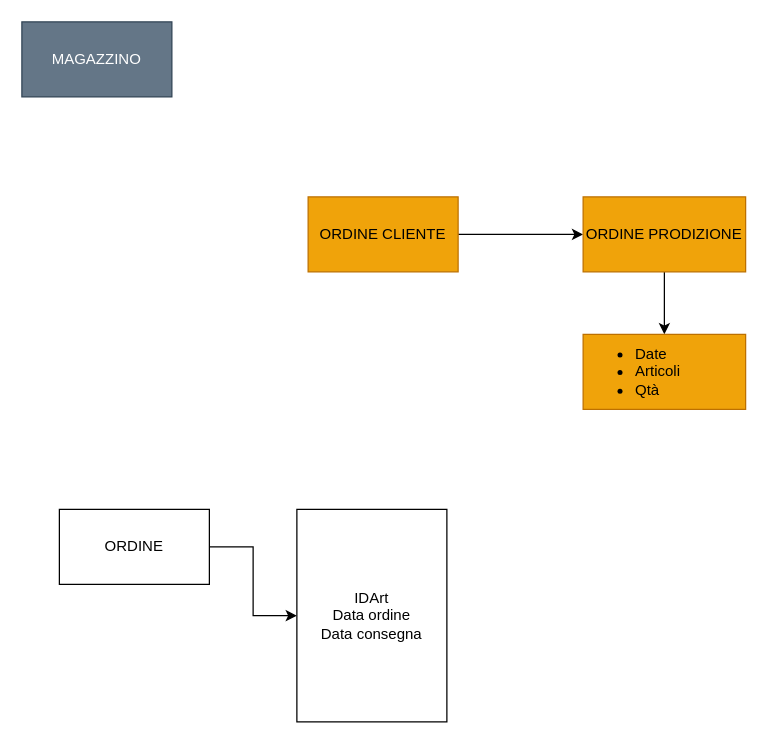
Earlier version of the draw.io diagram Diagramma senza titolo.drawio (VicDc/VIC_). Source tidied: cells renumbered, new cells numbered last; positions are measured from the earlier drawing's top-left corner, leaving out a move shared by most shapes. Both pictures are drawn from the tidied source at 125%, with x=0, y=0 at pixel (21, 21).
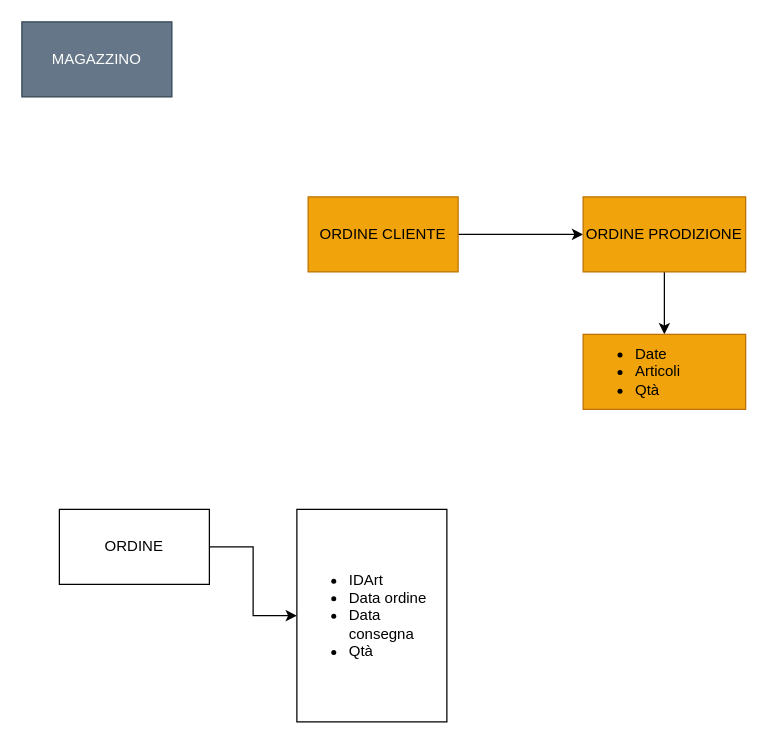
The same page after the edit.

Change to the diagram source:
```diff
@@
 <mxGraphModel>
   <root>
     <mxCell id="0" />
     <mxCell id="1" parent="0" />
     <mxCell id="2" style="edgeStyle=orthogonalEdgeStyle;rounded=0;jettySize=auto;html=1;" parent="1" edge="1" source="3" target="5">
       <mxGeometry relative="1" as="geometry" />
     </mxCell>
     <mxCell id="3" value="ORDINE CLIENTE" style="rounded=0;whiteSpace=wrap;html=1;fillColor=#f0a30a;fontColor=#000000;strokeColor=#BD7000;" parent="1" vertex="1">
       <mxGeometry x="229" y="140" width="120" height="60" as="geometry" />
     </mxCell>
     <mxCell id="4" style="edgeStyle=orthogonalEdgeStyle;rounded=0;jettySize=auto;html=1;" parent="1" edge="1" source="5" target="7">
       <mxGeometry relative="1" as="geometry" />
     </mxCell>
     <mxCell id="5" value="ORDINE PRODIZIONE" style="rounded=0;whiteSpace=wrap;html=1;fillColor=#f0a30a;fontColor=#000000;strokeColor=#BD7000;" parent="1" vertex="1">
       <mxGeometry x="449" y="140" width="130" height="60" as="geometry" />
     </mxCell>
     <mxCell id="6" value="MAGAZZINO" style="whiteSpace=wrap;html=1;fillColor=#647687;fontColor=#ffffff;strokeColor=#314354;" parent="1" vertex="1">
       <mxGeometry width="120" height="60" as="geometry" />
     </mxCell>
     <mxCell id="7" value="&lt;ul&gt;&lt;li&gt;Date&lt;/li&gt;&lt;li&gt;Articoli&lt;/li&gt;&lt;li&gt;Qtà&lt;/li&gt;&lt;/ul&gt;" style="rounded=0;whiteSpace=wrap;html=1;fillColor=#f0a30a;fontColor=#000000;strokeColor=#BD7000;align=left;" parent="1" vertex="1">
       <mxGeometry x="449" y="250" width="130" height="60" as="geometry" />
     </mxCell>
     <mxCell id="8" style="edgeStyle=orthogonalEdgeStyle;rounded=0;jettySize=auto;html=1;" parent="1" edge="1" source="9" target="10">
       <mxGeometry relative="1" as="geometry" />
     </mxCell>
     <mxCell id="9" value="ORDINE" style="whiteSpace=wrap;html=1;" parent="1" vertex="1">
       <mxGeometry x="30" y="390" width="120" height="60" as="geometry" />
     </mxCell>
-    <mxCell id="10" value="IDArt&lt;br&gt;Data ordine&lt;br&gt;Data consegna" style="whiteSpace=wrap;html=1;" parent="1" vertex="1">
+    <mxCell id="10" value="&lt;ul&gt;&lt;li&gt;IDArt&lt;/li&gt;&lt;li&gt;Data ordine&lt;/li&gt;&lt;li&gt;Data consegna&lt;/li&gt;&lt;li&gt;Qtà&lt;/li&gt;&lt;/ul&gt;" style="whiteSpace=wrap;html=1;align=left;" parent="1" vertex="1">
       <mxGeometry x="220" y="390" width="120" height="170" as="geometry" />
     </mxCell>
   </root>
 </mxGraphModel>
```
